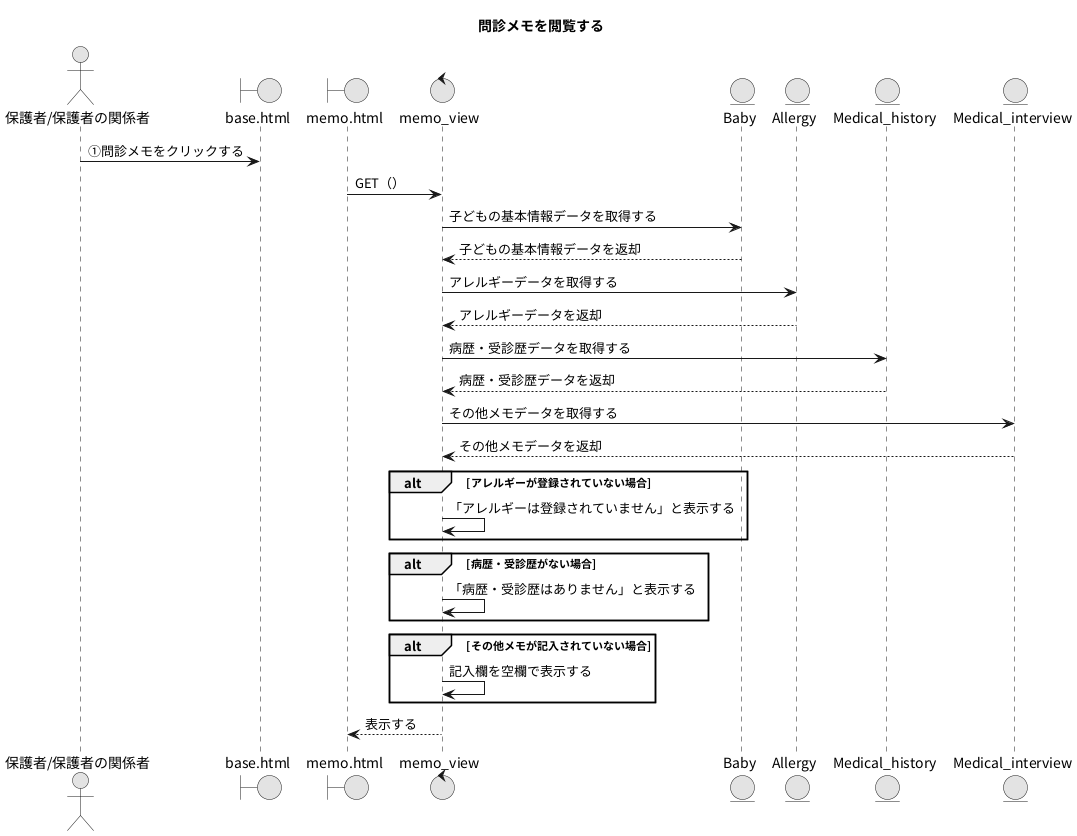
The PlantUML diagram PNG/16_問診メモを閲覧する.png in Ma2naga190330/26_sotugyou_puml, before a commit.
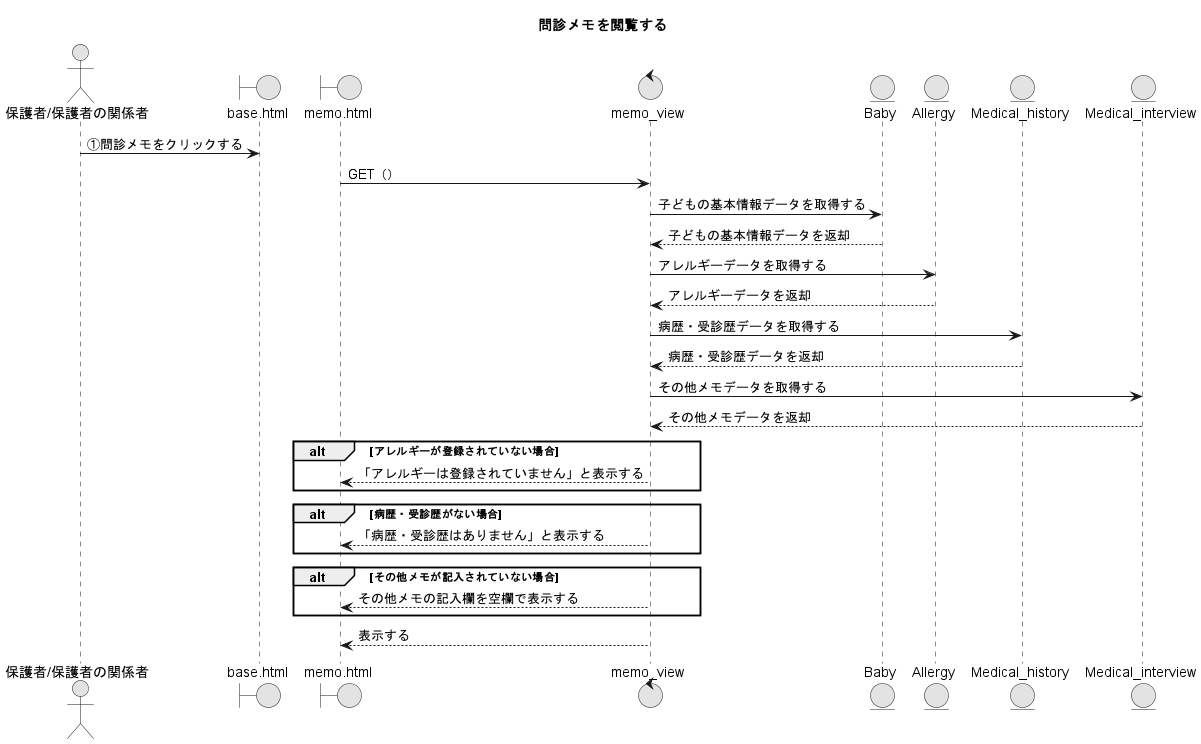
The same file after the commit.

Diff of the diagram source:
```diff
@@ -23,13 +23,13 @@
 MV -> MIM : その他メモデータを取得する
 MV <-- MIM : その他メモデータを返却
 alt アレルギーが登録されていない場合
-  MV -> MV : 「アレルギーは登録されていません」と表示する
+  MV --> MP : 「アレルギーは登録されていません」と表示する
 end
 alt 病歴・受診歴がない場合
-  MV -> MV : 「病歴・受診歴はありません」と表示する
+  MV --> MP : 「病歴・受診歴はありません」と表示する
 end
 alt その他メモが記入されていない場合
-  MV -> MV : 記入欄を空欄で表示する
+  MV --> MP : その他メモの記入欄を空欄で表示する
 end
 MV --> MP : 表示する
 @enduml
```
